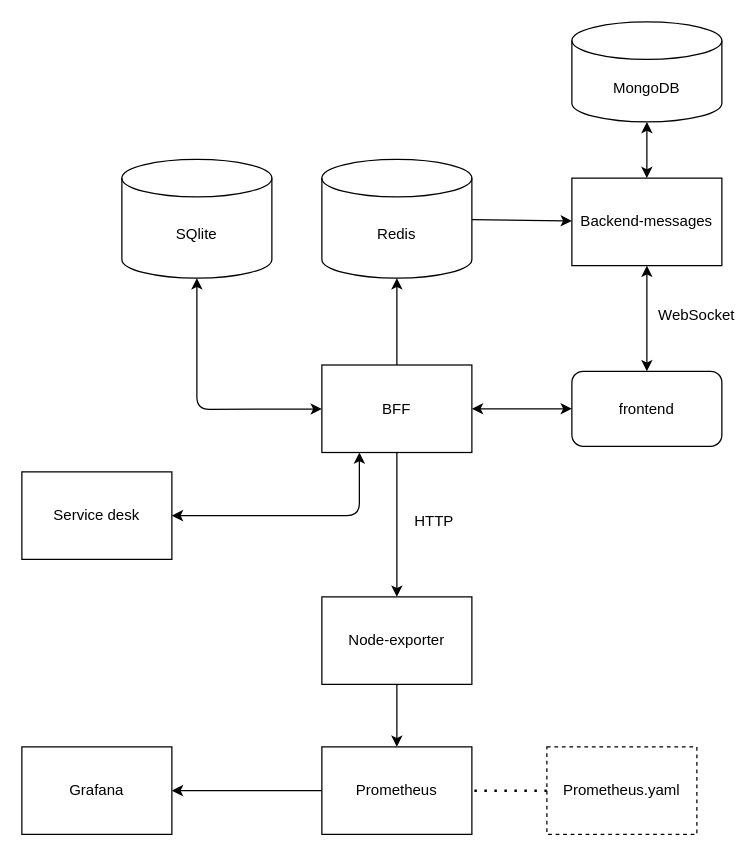
Thejudgeofprogrammers/pet keeps this draw.io diagram as index.drawio. Above is the earlier version. Source tidied: cells renumbered, new cells numbered last; positions are measured from the earlier drawing's top-left corner, leaving out a move shared by most shapes. Both pictures are drawn from the tidied source at 125%, with x=0, y=0 at pixel (21, 21).
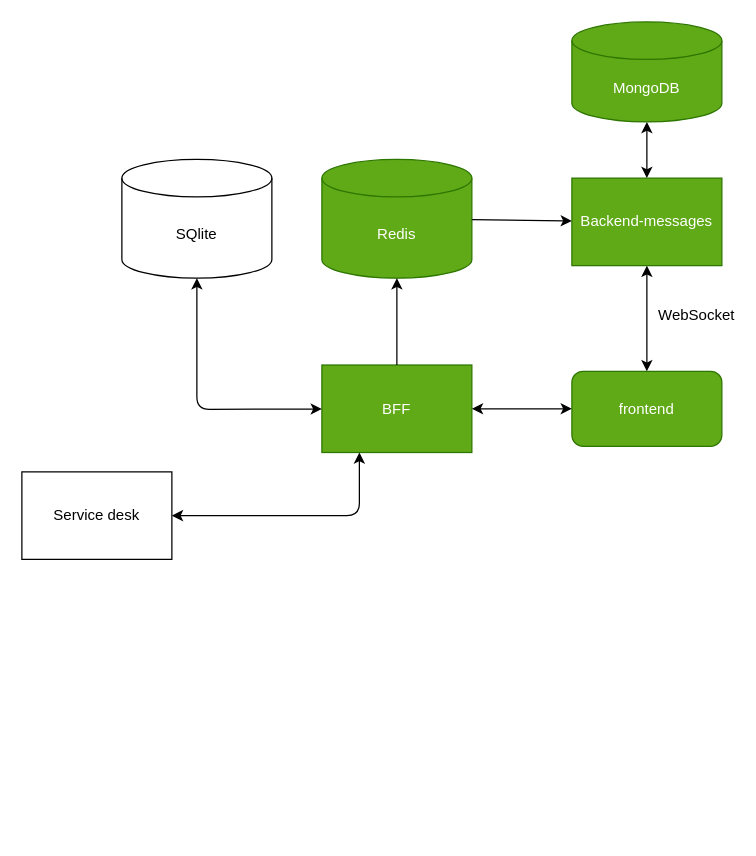
After the change.

What changed in the source:
```diff
@@
-    <mxCell id="2" value="BFF" style="rounded=0;whiteSpace=wrap;html=1;" parent="1" vertex="1">
+    <mxCell id="2" value="BFF" style="rounded=0;whiteSpace=wrap;html=1;fillColor=#60a917;fontColor=#ffffff;strokeColor=#2D7600;" parent="1" vertex="1">
       <mxGeometry x="240" y="274.5" width="120" height="70" as="geometry" />
     </mxCell>
@@
-    <mxCell id="5" value="frontend" style="rounded=1;whiteSpace=wrap;html=1;" parent="1" vertex="1">
+    <mxCell id="5" value="frontend" style="rounded=1;whiteSpace=wrap;html=1;fillColor=#60a917;fontColor=#ffffff;strokeColor=#2D7600;" parent="1" vertex="1">
       <mxGeometry x="440" y="279.5" width="120" height="60" as="geometry" />
     </mxCell>
@@
-    <mxCell id="7" value="Grafana" style="rounded=0;whiteSpace=wrap;html=1;" parent="1" vertex="1">
-      <mxGeometry y="580" width="120" height="70" as="geometry" />
-    </mxCell>
-    <mxCell id="8" value="Prometheus" style="rounded=0;whiteSpace=wrap;html=1;" parent="1" vertex="1">
-      <mxGeometry x="240" y="580" width="120" height="70" as="geometry" />
-    </mxCell>
-    <mxCell id="9" style="endArrow=classic;html=1;entryX=1;entryY=0.5;entryDx=0;entryDy=0;exitX=0;exitY=0.5;exitDx=0;exitDy=0;" parent="1" edge="1" source="8" target="7">
-      <mxGeometry relative="1" as="geometry" />
-    </mxCell>
-    <mxCell id="10" style="endArrow=none;dashed=1;html=1;dashPattern=1 3;strokeWidth=2;" parent="1" edge="1" source="11" target="8">
-      <mxGeometry relative="1" as="geometry" />
-    </mxCell>
-    <mxCell id="11" value="Prometheus.yaml" style="rounded=0;whiteSpace=wrap;html=1;dashed=1;" parent="1" vertex="1">
-      <mxGeometry x="420" y="580" width="120" height="70" as="geometry" />
-    </mxCell>
-    <mxCell id="12" value="Node-exporter" style="rounded=0;whiteSpace=wrap;html=1;" parent="1" vertex="1">
-      <mxGeometry x="240" y="460" width="120" height="70" as="geometry" />
-    </mxCell>
-    <mxCell id="13" style="endArrow=classic;html=1;" parent="1" edge="1" source="12" target="8">
-      <mxGeometry relative="1" as="geometry" />
-    </mxCell>
-    <mxCell id="14" style="endArrow=classic;html=1;" parent="1" edge="1" source="2" target="12">
-      <mxGeometry relative="1" as="geometry" />
-    </mxCell>
-    <mxCell id="15" value="Backend-messages" style="rounded=0;whiteSpace=wrap;html=1;" parent="1" vertex="1">
+    <mxCell id="15" value="Backend-messages" style="rounded=0;whiteSpace=wrap;html=1;fillColor=#60a917;fontColor=#ffffff;strokeColor=#2D7600;" parent="1" vertex="1">
       <mxGeometry x="440" y="125" width="120" height="70" as="geometry" />
     </mxCell>
@@
-    <mxCell id="18" value="HTTP" style="text;html=1;align=center;verticalAlign=middle;whiteSpace=wrap;rounded=0;" parent="1" vertex="1">
-      <mxGeometry x="300" y="385" width="60" height="30" as="geometry" />
-    </mxCell>
-    <mxCell id="19" value="Redis" style="shape=cylinder3;whiteSpace=wrap;html=1;boundedLbl=1;backgroundOutline=1;size=15;" parent="1" vertex="1">
+    <mxCell id="19" value="Redis" style="shape=cylinder3;whiteSpace=wrap;html=1;boundedLbl=1;backgroundOutline=1;size=15;fillColor=#60a917;fontColor=#ffffff;strokeColor=#2D7600;" parent="1" vertex="1">
       <mxGeometry x="240" y="110" width="120" height="95" as="geometry" />
     </mxCell>
@@
-    <mxCell id="21" value="MongoDB" style="shape=cylinder3;whiteSpace=wrap;html=1;boundedLbl=1;backgroundOutline=1;size=15;" parent="1" vertex="1">
+    <mxCell id="21" value="MongoDB" style="shape=cylinder3;whiteSpace=wrap;html=1;boundedLbl=1;backgroundOutline=1;size=15;fillColor=#60a917;fontColor=#ffffff;strokeColor=#2D7600;" parent="1" vertex="1">
       <mxGeometry x="440" width="120" height="80" as="geometry" />
     </mxCell>
```
